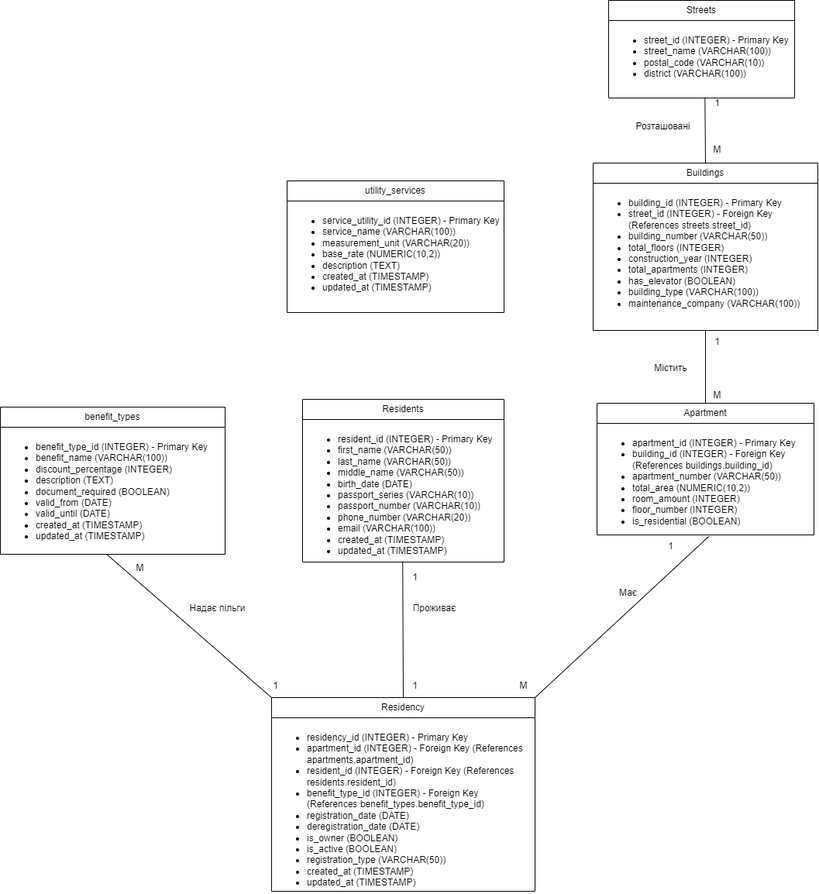
Above: Coursework/ER.drawio.png in KostPost/KPI-University-Works-2.1 (draw.io), before the change. Source tidied: cells renumbered, new cells last; positions are measured from the earlier drawing's top-left corner, leaving out a move shared by most shapes. Source of this version:
```xml
<mxGraphModel>
  <root>
    <mxCell id="0" />
    <mxCell id="1" parent="0" />
    <mxCell id="2" value="benefit_types" style="swimlane;fontStyle=0;horizontal=1;startSize=26;fillColor=none;whiteSpace=wrap;html=1;" parent="1" vertex="1">
      <mxGeometry y="525" width="290" height="190" as="geometry" />
    </mxCell>
    <mxCell id="3" value="&lt;div&gt;&lt;ul&gt;&lt;li&gt;benefit_type_id (INTEGER) - Primary Key&lt;/li&gt;&lt;li&gt;benefit_name (VARCHAR(100))&lt;/li&gt;&lt;li&gt;discount_percentage (INTEGER)&lt;/li&gt;&lt;li&gt;description (TEXT)&lt;/li&gt;&lt;li&gt;document_required (BOOLEAN)&lt;/li&gt;&lt;li&gt;valid_from (DATE)&lt;/li&gt;&lt;li&gt;valid_until (DATE)&lt;/li&gt;&lt;li&gt;created_at (TIMESTAMP)&lt;/li&gt;&lt;li&gt;updated_at (TIMESTAMP)&lt;/li&gt;&lt;/ul&gt;&lt;/div&gt;" style="text;strokeColor=none;fillColor=none;align=left;verticalAlign=top;spacingLeft=4;spacingRight=4;overflow=hidden;points=[[0,0.5],[1,0.5]];portConstraint=eastwest;whiteSpace=wrap;html=1;" parent="2" vertex="1">
      <mxGeometry y="26" width="290" height="164" as="geometry" />
    </mxCell>
    <mxCell id="4" value="Residents" style="swimlane;fontStyle=0;horizontal=1;startSize=26;fillColor=none;whiteSpace=wrap;html=1;" parent="1" vertex="1">
      <mxGeometry x="390" y="515" width="260" height="210" as="geometry" />
    </mxCell>
    <mxCell id="5" value="&lt;div&gt;&lt;ul&gt;&lt;li&gt;resident_id (INTEGER) - Primary Key&lt;/li&gt;&lt;li&gt;first_name (VARCHAR(50))&lt;/li&gt;&lt;li&gt;last_name (VARCHAR(50))&lt;/li&gt;&lt;li&gt;middle_name (VARCHAR(50))&lt;/li&gt;&lt;li&gt;birth_date (DATE)&lt;/li&gt;&lt;li&gt;passport_series (VARCHAR(10))&lt;/li&gt;&lt;li&gt;passport_number (VARCHAR(10))&lt;/li&gt;&lt;li&gt;phone_number (VARCHAR(20))&lt;/li&gt;&lt;li&gt;email (VARCHAR(100))&lt;/li&gt;&lt;li&gt;created_at (TIMESTAMP)&lt;/li&gt;&lt;li&gt;updated_at (TIMESTAMP)&lt;/li&gt;&lt;/ul&gt;&lt;/div&gt;" style="text;strokeColor=none;fillColor=none;align=left;verticalAlign=top;spacingLeft=4;spacingRight=4;overflow=hidden;points=[[0,0.5],[1,0.5]];portConstraint=eastwest;whiteSpace=wrap;html=1;" parent="4" vertex="1">
      <mxGeometry y="26" width="260" height="184" as="geometry" />
    </mxCell>
    <mxCell id="6" value="Apartment" style="swimlane;fontStyle=0;horizontal=1;startSize=26;fillColor=none;whiteSpace=wrap;html=1;" parent="1" vertex="1">
      <mxGeometry x="770" y="520" width="280" height="170" as="geometry" />
    </mxCell>
    <mxCell id="7" value="&lt;div&gt;&lt;ul&gt;&lt;li&gt;apartment_id (INTEGER) - Primary Key&lt;/li&gt;&lt;li&gt;building_id (INTEGER) - Foreign Key (References buildings.building_id)&lt;/li&gt;&lt;li&gt;apartment_number (VARCHAR(50))&lt;/li&gt;&lt;li&gt;total_area (NUMERIC(10,2))&lt;/li&gt;&lt;li&gt;room_amount (INTEGER)&lt;/li&gt;&lt;li&gt;floor_number (INTEGER)&lt;/li&gt;&lt;li&gt;is_residential (BOOLEAN)&lt;/li&gt;&lt;/ul&gt;&lt;/div&gt;" style="text;strokeColor=none;fillColor=none;align=left;verticalAlign=top;spacingLeft=4;spacingRight=4;overflow=hidden;points=[[0,0.5],[1,0.5]];portConstraint=eastwest;whiteSpace=wrap;html=1;" parent="6" vertex="1">
      <mxGeometry y="26" width="280" height="144" as="geometry" />
    </mxCell>
    <mxCell id="8" value="Residency" style="swimlane;fontStyle=0;horizontal=1;startSize=26;fillColor=none;whiteSpace=wrap;html=1;" parent="1" vertex="1">
      <mxGeometry x="350" y="900" width="340" height="250" as="geometry" />
    </mxCell>
    <mxCell id="9" value="&lt;div&gt;&lt;ul&gt;&lt;li&gt;residency_id (INTEGER) - Primary Key&lt;/li&gt;&lt;li&gt;apartment_id (INTEGER) - Foreign Key (References apartments.apartment_id)&lt;/li&gt;&lt;li&gt;resident_id (INTEGER) - Foreign Key (References residents.resident_id)&lt;/li&gt;&lt;li&gt;benefit_type_id (INTEGER) - Foreign Key (References benefit_types.benefit_type_id)&lt;/li&gt;&lt;li&gt;registration_date (DATE)&lt;/li&gt;&lt;li&gt;deregistration_date (DATE)&lt;/li&gt;&lt;li&gt;is_owner (BOOLEAN)&lt;/li&gt;&lt;li&gt;is_active (BOOLEAN)&lt;/li&gt;&lt;li&gt;registration_type (VARCHAR(50))&lt;/li&gt;&lt;li&gt;created_at (TIMESTAMP)&lt;/li&gt;&lt;li&gt;updated_at (TIMESTAMP)&lt;/li&gt;&lt;/ul&gt;&lt;/div&gt;" style="text;strokeColor=none;fillColor=none;align=left;verticalAlign=top;spacingLeft=4;spacingRight=4;overflow=hidden;whiteSpace=wrap;html=1;" parent="8" vertex="1">
      <mxGeometry y="26" width="340" height="224" as="geometry" />
    </mxCell>
    <mxCell id="10" value="utility_services" style="swimlane;fontStyle=0;horizontal=1;startSize=26;fillColor=none;whiteSpace=wrap;html=1;" parent="1" vertex="1">
      <mxGeometry x="370" y="233" width="280" height="170" as="geometry" />
    </mxCell>
    <mxCell id="11" value="&lt;div&gt;&lt;ul&gt;&lt;li&gt;service_utility_id (INTEGER) - Primary Key&lt;/li&gt;&lt;li&gt;service_name (VARCHAR(100))&lt;/li&gt;&lt;li&gt;measurement_unit (VARCHAR(20))&lt;/li&gt;&lt;li&gt;base_rate (NUMERIC(10,2))&lt;/li&gt;&lt;li&gt;description (TEXT)&lt;/li&gt;&lt;li&gt;created_at (TIMESTAMP)&lt;/li&gt;&lt;li&gt;updated_at (TIMESTAMP)&lt;/li&gt;&lt;/ul&gt;&lt;/div&gt;" style="text;strokeColor=none;fillColor=none;align=left;verticalAlign=top;spacingLeft=4;spacingRight=4;overflow=hidden;points=[[0,0.5],[1,0.5]];portConstraint=eastwest;whiteSpace=wrap;html=1;" parent="10" vertex="1">
      <mxGeometry y="26" width="280" height="144" as="geometry" />
    </mxCell>
    <mxCell id="12" value="Buildings" style="swimlane;fontStyle=0;horizontal=1;startSize=26;fillColor=none;whiteSpace=wrap;html=1;" parent="1" vertex="1">
      <mxGeometry x="765" y="210" width="290" height="216" as="geometry" />
    </mxCell>
    <mxCell id="13" value="&lt;div&gt;&lt;ul&gt;&lt;li&gt;building_id (INTEGER) - Primary Key&lt;/li&gt;&lt;li&gt;street_id (INTEGER) - Foreign Key (References streets.street_id)&lt;/li&gt;&lt;li&gt;building_number (VARCHAR(50))&lt;/li&gt;&lt;li&gt;total_floors (INTEGER)&lt;/li&gt;&lt;li&gt;construction_year (INTEGER)&lt;/li&gt;&lt;li&gt;total_apartments (INTEGER)&lt;/li&gt;&lt;li&gt;has_elevator (BOOLEAN)&lt;/li&gt;&lt;li&gt;building_type (VARCHAR(100))&lt;/li&gt;&lt;li&gt;maintenance_company (VARCHAR(100))&lt;/li&gt;&lt;/ul&gt;&lt;/div&gt;" style="text;strokeColor=none;fillColor=none;align=left;verticalAlign=top;spacingLeft=4;spacingRight=4;overflow=hidden;whiteSpace=wrap;html=1;" parent="12" vertex="1">
      <mxGeometry y="26" width="290" height="190" as="geometry" />
    </mxCell>
    <mxCell id="14" value="Streets" style="swimlane;fontStyle=0;horizontal=1;startSize=26;fillColor=none;whiteSpace=wrap;html=1;" parent="1" vertex="1">
      <mxGeometry x="785" width="240" height="126" as="geometry" />
    </mxCell>
    <mxCell id="15" value="&lt;div&gt;&lt;ul&gt;&lt;li&gt;street_id (INTEGER) - Primary Key&lt;/li&gt;&lt;li&gt;street_name (VARCHAR(100))&lt;/li&gt;&lt;li&gt;postal_code (VARCHAR(10))&lt;/li&gt;&lt;li&gt;district (VARCHAR(100))&lt;/li&gt;&lt;/ul&gt;&lt;/div&gt;" style="text;strokeColor=none;fillColor=none;align=left;verticalAlign=top;spacingLeft=4;spacingRight=4;overflow=hidden;points=[[0,0.5],[1,0.5]];portConstraint=eastwest;whiteSpace=wrap;html=1;" parent="14" vertex="1">
      <mxGeometry y="26" width="240" height="100" as="geometry" />
    </mxCell>
    <mxCell id="16" value="Надає пільги" style="text;html=1;align=center;verticalAlign=middle;strokeColor=none;fillColor=none;" parent="1" vertex="1">
      <mxGeometry x="230" y="770" width="100" height="30" as="geometry" />
    </mxCell>
    <mxCell id="17" value="Проживає" style="text;html=1;align=center;verticalAlign=middle;strokeColor=none;fillColor=none;" parent="1" vertex="1">
      <mxGeometry x="520" y="770" width="80" height="30" as="geometry" />
    </mxCell>
    <mxCell id="18" value="Має" style="text;html=1;align=center;verticalAlign=middle;strokeColor=none;fillColor=none;" parent="1" vertex="1">
      <mxGeometry x="785" y="750" width="50" height="30" as="geometry" />
    </mxCell>
    <mxCell id="19" value="Містить" style="text;html=1;align=center;verticalAlign=middle;strokeColor=none;fillColor=none;" parent="1" vertex="1">
      <mxGeometry x="830" y="460" width="70" height="30" as="geometry" />
    </mxCell>
    <mxCell id="20" value="Розташовані" style="text;html=1;align=center;verticalAlign=middle;strokeColor=none;fillColor=none;" parent="1" vertex="1">
      <mxGeometry x="810" y="148" width="90" height="30" as="geometry" />
    </mxCell>
    <mxCell id="21" style="endArrow=none;html=1;rounded=0;curved=1;entryX=0.515;entryY=1.014;entryDx=0;entryDy=0;entryPerimeter=0;" parent="1" edge="1" target="7">
      <mxGeometry relative="1" as="geometry">
        <mxPoint x="690" y="900" as="sourcePoint" />
      </mxGeometry>
    </mxCell>
    <mxCell id="22" style="endArrow=none;html=1;rounded=0;curved=1;entryX=0.497;entryY=1.002;entryDx=0;entryDy=0;entryPerimeter=0;" parent="1" edge="1" target="5">
      <mxGeometry relative="1" as="geometry">
        <mxPoint x="520" y="900" as="sourcePoint" />
      </mxGeometry>
    </mxCell>
    <mxCell id="23" style="endArrow=none;html=1;rounded=0;curved=1;entryX=0.475;entryY=1.003;entryDx=0;entryDy=0;entryPerimeter=0;" parent="1" edge="1" target="3">
      <mxGeometry relative="1" as="geometry">
        <mxPoint x="350" y="900" as="sourcePoint" />
      </mxGeometry>
    </mxCell>
    <mxCell id="24" style="endArrow=none;html=1;rounded=0;curved=1;entryX=0.5;entryY=1;entryDx=0;entryDy=0;exitX=0.5;exitY=0;exitDx=0;exitDy=0;" parent="1" edge="1" source="6" target="12">
      <mxGeometry relative="1" as="geometry" />
    </mxCell>
    <mxCell id="25" style="endArrow=none;html=1;rounded=0;curved=1;entryX=0.518;entryY=0.995;entryDx=0;entryDy=0;entryPerimeter=0;" parent="1" edge="1" target="15">
      <mxGeometry relative="1" as="geometry">
        <mxPoint x="910" y="210" as="sourcePoint" />
      </mxGeometry>
    </mxCell>
    <mxCell id="26" value="1" style="text;html=1;align=center;verticalAlign=middle;strokeColor=none;fillColor=none;" parent="1" vertex="1">
      <mxGeometry x="910" y="118" width="30" height="30" as="geometry" />
    </mxCell>
    <mxCell id="27" value="М" style="text;html=1;align=center;verticalAlign=middle;strokeColor=none;fillColor=none;" parent="1" vertex="1">
      <mxGeometry x="910" y="178" width="30" height="30" as="geometry" />
    </mxCell>
    <mxCell id="28" value="1" style="text;html=1;align=center;verticalAlign=middle;strokeColor=none;fillColor=none;" parent="1" vertex="1">
      <mxGeometry x="850" y="690" width="30" height="30" as="geometry" />
    </mxCell>
    <mxCell id="29" value="М" style="text;html=1;align=center;verticalAlign=middle;strokeColor=none;fillColor=none;" parent="1" vertex="1">
      <mxGeometry x="660" y="870" width="30" height="30" as="geometry" />
    </mxCell>
    <mxCell id="30" value="1" style="text;html=1;align=center;verticalAlign=middle;strokeColor=none;fillColor=none;" parent="1" vertex="1">
      <mxGeometry x="520" y="730" width="30" height="30" as="geometry" />
    </mxCell>
    <mxCell id="31" value="1" style="text;html=1;align=center;verticalAlign=middle;strokeColor=none;fillColor=none;" parent="1" vertex="1">
      <mxGeometry x="520" y="870" width="30" height="30" as="geometry" />
    </mxCell>
    <mxCell id="32" value="1" style="text;html=1;align=center;verticalAlign=middle;strokeColor=none;fillColor=none;" parent="1" vertex="1">
      <mxGeometry x="340" y="870" width="30" height="30" as="geometry" />
    </mxCell>
    <mxCell id="33" value="М" style="text;html=1;align=center;verticalAlign=middle;strokeColor=none;fillColor=none;" parent="1" vertex="1">
      <mxGeometry x="165" y="718" width="30" height="30" as="geometry" />
    </mxCell>
    <mxCell id="34" value="1" style="text;html=1;align=center;verticalAlign=middle;strokeColor=none;fillColor=none;" parent="1" vertex="1">
      <mxGeometry x="910" y="426" width="30" height="30" as="geometry" />
    </mxCell>
    <mxCell id="35" value="M" style="text;html=1;align=center;verticalAlign=middle;strokeColor=none;fillColor=none;" parent="1" vertex="1">
      <mxGeometry x="910" y="495" width="30" height="30" as="geometry" />
    </mxCell>
  </root>
</mxGraphModel>
```
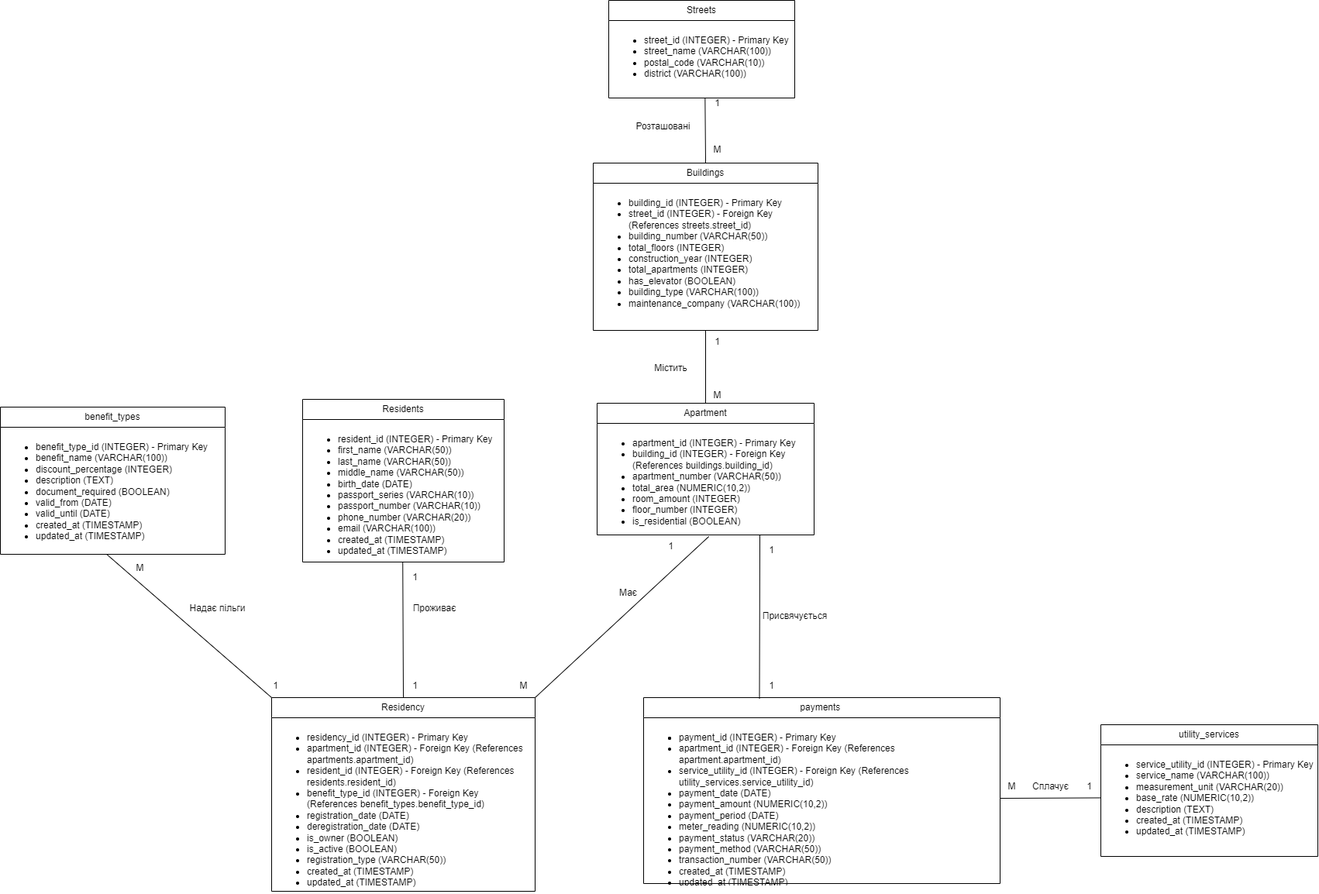
Above is the later version.

What changed in the source:
```diff
@@ -27,7 +27,7 @@
       <mxGeometry y="26" width="340" height="224" as="geometry" />
     </mxCell>
     <mxCell id="10" value="utility_services" style="swimlane;fontStyle=0;horizontal=1;startSize=26;fillColor=none;whiteSpace=wrap;html=1;" parent="1" vertex="1">
-      <mxGeometry x="370" y="233" width="280" height="170" as="geometry" />
+      <mxGeometry x="1420" y="935" width="280" height="170" as="geometry" />
     </mxCell>
     <mxCell id="11" value="&lt;div&gt;&lt;ul&gt;&lt;li&gt;service_utility_id (INTEGER) - Primary Key&lt;/li&gt;&lt;li&gt;service_name (VARCHAR(100))&lt;/li&gt;&lt;li&gt;measurement_unit (VARCHAR(20))&lt;/li&gt;&lt;li&gt;base_rate (NUMERIC(10,2))&lt;/li&gt;&lt;li&gt;description (TEXT)&lt;/li&gt;&lt;li&gt;created_at (TIMESTAMP)&lt;/li&gt;&lt;li&gt;updated_at (TIMESTAMP)&lt;/li&gt;&lt;/ul&gt;&lt;/div&gt;" style="text;strokeColor=none;fillColor=none;align=left;verticalAlign=top;spacingLeft=4;spacingRight=4;overflow=hidden;points=[[0,0.5],[1,0.5]];portConstraint=eastwest;whiteSpace=wrap;html=1;" parent="10" vertex="1">
       <mxGeometry y="26" width="280" height="144" as="geometry" />
@@ -112,5 +112,39 @@
     <mxCell id="35" value="M" style="text;html=1;align=center;verticalAlign=middle;strokeColor=none;fillColor=none;" parent="1" vertex="1">
       <mxGeometry x="910" y="495" width="30" height="30" as="geometry" />
     </mxCell>
+    <mxCell id="36" value="payments&amp;nbsp;" style="swimlane;fontStyle=0;horizontal=1;startSize=26;fillColor=none;whiteSpace=wrap;html=1;" parent="1" vertex="1">
+      <mxGeometry x="830" y="900" width="460" height="240" as="geometry" />
+    </mxCell>
+    <mxCell id="37" value="&lt;ul&gt;&lt;li&gt;&lt;li&gt;payment_id (INTEGER) - Primary Key&lt;/li&gt;&lt;li&gt;apartment_id (INTEGER) - Foreign Key (References apartment.apartment_id)&lt;/li&gt;&lt;li&gt;service_utility_id (INTEGER) - Foreign Key (References utility_services.service_utility_id)&lt;/li&gt;&lt;li&gt;payment_date (DATE)&lt;/li&gt;&lt;li&gt;payment_amount (NUMERIC(10,2))&lt;/li&gt;&lt;li&gt;payment_period (DATE)&lt;/li&gt;&lt;li&gt;meter_reading (NUMERIC(10,2))&lt;/li&gt;&lt;li&gt;payment_status (VARCHAR(20))&lt;/li&gt;&lt;li&gt;payment_method (VARCHAR(50))&lt;/li&gt;&lt;li&gt;transaction_number (VARCHAR(50))&lt;/li&gt;&lt;li&gt;created_at (TIMESTAMP)&lt;/li&gt;&lt;li&gt;updated_at (TIMESTAMP)&lt;/li&gt;&lt;/li&gt;&lt;/ul&gt;" style="text;strokeColor=none;fillColor=none;align=left;verticalAlign=top;spacingLeft=4;spacingRight=4;overflow=hidden;whiteSpace=wrap;html=1;" parent="36" vertex="1">
+      <mxGeometry y="26" width="460" height="214" as="geometry" />
+    </mxCell>
+    <mxCell id="38" style="endArrow=none;html=1;rounded=0;entryX=-0.001;entryY=0.475;entryDx=0;entryDy=0;entryPerimeter=0;" parent="1" edge="1" target="11">
+      <mxGeometry relative="1" as="geometry">
+        <mxPoint x="1290" y="1030" as="sourcePoint" />
+      </mxGeometry>
+    </mxCell>
+    <mxCell id="39" value="1" style="text;html=1;align=center;verticalAlign=middle;strokeColor=none;fillColor=none;" parent="1" vertex="1">
+      <mxGeometry x="1390" y="1000" width="30" height="30" as="geometry" />
+    </mxCell>
+    <mxCell id="40" value="M" style="text;html=1;align=center;verticalAlign=middle;strokeColor=none;fillColor=none;" parent="1" vertex="1">
+      <mxGeometry x="1290" y="1000" width="30" height="30" as="geometry" />
+    </mxCell>
+    <mxCell id="41" value="Сплачує" style="text;html=1;align=center;verticalAlign=middle;strokeColor=none;fillColor=none;" parent="1" vertex="1">
+      <mxGeometry x="1320" y="1000" width="70" height="30" as="geometry" />
+    </mxCell>
+    <mxCell id="42" style="endArrow=none;html=1;rounded=0;exitX=0.325;exitY=0.005;exitDx=0;exitDy=0;exitPerimeter=0;" parent="1" edge="1" source="36">
+      <mxGeometry relative="1" as="geometry">
+        <mxPoint x="980" y="690" as="targetPoint" />
+      </mxGeometry>
+    </mxCell>
+    <mxCell id="43" value="1" style="text;html=1;align=center;verticalAlign=middle;strokeColor=none;fillColor=none;" parent="1" vertex="1">
+      <mxGeometry x="980" y="695" width="30" height="30" as="geometry" />
+    </mxCell>
+    <mxCell id="44" value="1" style="text;html=1;align=center;verticalAlign=middle;strokeColor=none;fillColor=none;" parent="1" vertex="1">
+      <mxGeometry x="980" y="870" width="30" height="30" as="geometry" />
+    </mxCell>
+    <mxCell id="45" value="Присвячується" style="text;html=1;align=center;verticalAlign=middle;strokeColor=none;fillColor=none;" parent="1" vertex="1">
+      <mxGeometry x="970" y="780" width="110" height="30" as="geometry" />
+    </mxCell>
   </root>
 </mxGraphModel>
```
